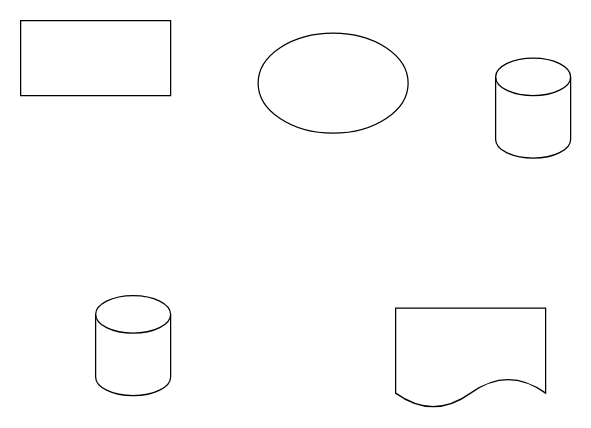
Yohann0617/drawio keeps this draw.io diagram as demo/未命名绘图.drawio. Above is the earlier version. Source tidied: cells renumbered, new cells numbered last; positions are measured from the earlier drawing's top-left corner, leaving out a move shared by most shapes. Both pictures are drawn from the tidied source at 125%, with x=0, y=0 at pixel (20, 20).
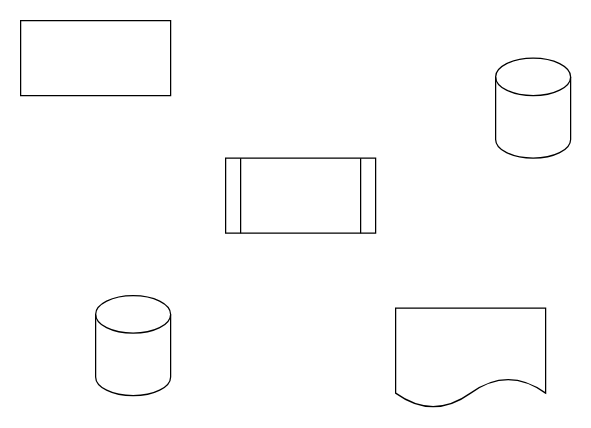
Above is the later version.

Commit message:
更新未命名绘图.drawio

Change to the diagram source:
```diff
@@
 <mxGraphModel>
   <root>
     <mxCell id="0" />
     <mxCell id="1" parent="0" />
     <mxCell id="2" style="rounded=0;whiteSpace=wrap;html=1;" parent="1" vertex="1">
       <mxGeometry width="120" height="60" as="geometry" />
     </mxCell>
-    <mxCell id="3" style="ellipse;whiteSpace=wrap;html=1;" parent="1" vertex="1">
-      <mxGeometry x="190" y="10" width="120" height="80" as="geometry" />
-    </mxCell>
     <mxCell id="4" style="shape=cylinder3;whiteSpace=wrap;html=1;boundedLbl=1;backgroundOutline=1;size=15;" parent="1" vertex="1">
       <mxGeometry x="380" y="30" width="60" height="80" as="geometry" />
     </mxCell>
     <mxCell id="5" style="shape=cylinder3;whiteSpace=wrap;html=1;boundedLbl=1;backgroundOutline=1;size=15;" parent="1" vertex="1">
       <mxGeometry x="60" y="220" width="60" height="80" as="geometry" />
     </mxCell>
     <mxCell id="6" style="shape=document;whiteSpace=wrap;html=1;boundedLbl=1;" parent="1" vertex="1">
       <mxGeometry x="300" y="230" width="120" height="80" as="geometry" />
     </mxCell>
+    <mxCell id="7" style="shape=process;whiteSpace=wrap;html=1;backgroundOutline=1;" parent="1" vertex="1">
+      <mxGeometry x="164" y="110" width="120" height="60" as="geometry" />
+    </mxCell>
   </root>
 </mxGraphModel>
```
